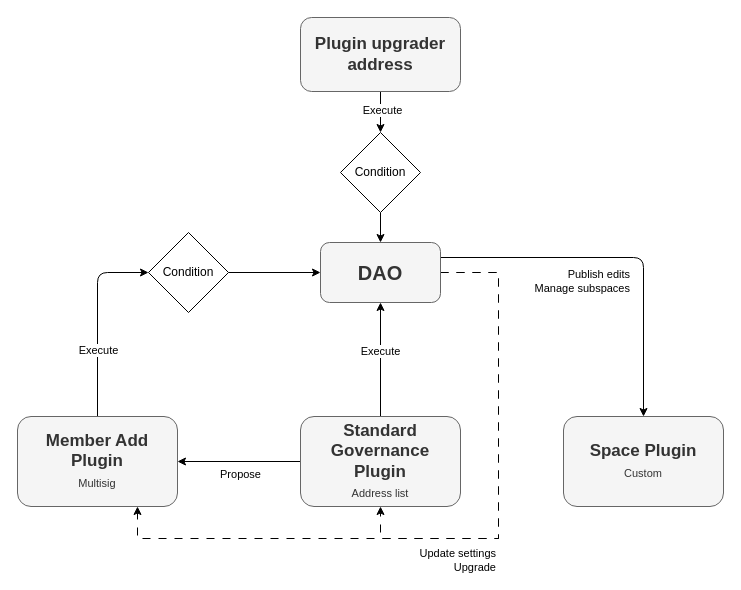
Earlier version of the draw.io diagram page "Permissions Std" (1 of 9) of img/Geo Diagrams.drawio (aragon/geo-browser-contracts). Source tidied: cells renumbered, new cells numbered last; positions are measured from the earlier drawing's top-left corner, leaving out a move shared by most shapes. Both pictures are drawn from the tidied source at 100%, with x=0, y=0 at pixel (17, 17).
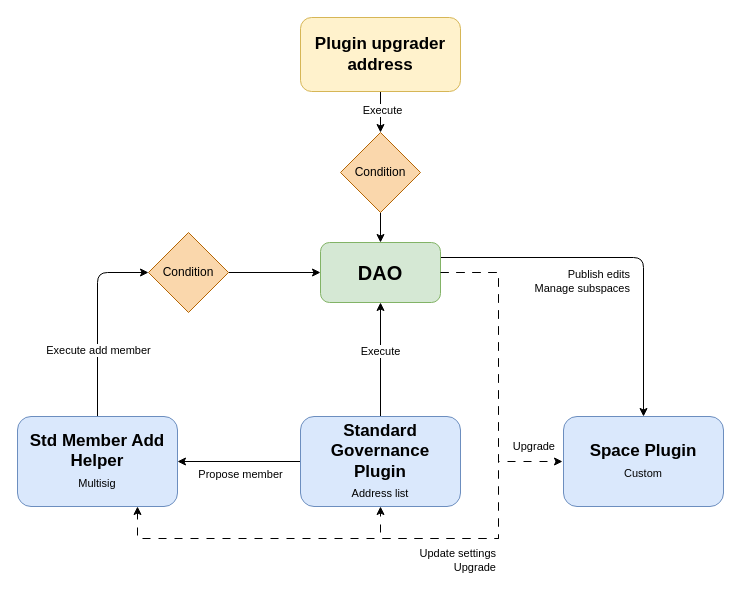
The same diagram, later.

The change refers to these unchanged cells:
```xml
<mxCell id="7" style="edgeStyle=orthogonalEdgeStyle;rounded=0;jettySize=auto;html=1;exitX=0.5;exitY=0;exitDx=0;exitDy=0;entryX=0.5;entryY=1;entryDx=0;entryDy=0;" parent="1" edge="1" source="12" target="6">
  <mxGeometry relative="1" as="geometry" />
</mxCell>
<mxCell id="10" style="edgeStyle=orthogonalEdgeStyle;rounded=0;jettySize=auto;html=1;entryX=1;entryY=0.5;entryDx=0;entryDy=0;" parent="1" edge="1" source="12" target="15">
  <mxGeometry relative="1" as="geometry" />
</mxCell>
<mxCell id="13" style="edgeStyle=orthogonalEdgeStyle;rounded=1;jettySize=auto;html=1;entryX=0;entryY=0.5;entryDx=0;entryDy=0;curved=0;" parent="1" edge="1" source="15" target="17">
  <mxGeometry relative="1" as="geometry" />
</mxCell>
```

Diff of the diagram source:
```diff
@@
-    <mxCell id="6" value="&lt;font style=&quot;font-size: 20px;&quot;&gt;&lt;b&gt;DAO&lt;/b&gt;&lt;/font&gt;" style="rounded=1;whiteSpace=wrap;html=1;fillColor=#f5f5f5;fontColor=#333333;strokeColor=#666666;" parent="1" vertex="1">
+    <mxCell id="6" value="&lt;font style=&quot;font-size: 20px;&quot;&gt;&lt;b&gt;DAO&lt;/b&gt;&lt;/font&gt;" style="rounded=1;whiteSpace=wrap;html=1;fillColor=#d5e8d4;strokeColor=#82b366;" parent="1" vertex="1">
       <mxGeometry x="303" y="225" width="120" height="60" as="geometry" />
     </mxCell>
@@
+    <mxCell id="24" value="&lt;div&gt;Upgrade&lt;/div&gt;" style="edgeLabel;html=1;align=right;verticalAlign=middle;" parent="7" vertex="1">
+      <mxGeometry x="-0.26" y="-1" relative="1" as="geometry">
+        <mxPoint x="174" y="71" as="offset" />
+      </mxGeometry>
+    </mxCell>
@@
-    <mxCell id="11" value="Propose" style="edgeLabel;html=1;align=center;verticalAlign=middle;" parent="10" vertex="1">
+    <mxCell id="11" value="Propose member" style="edgeLabel;html=1;align=center;verticalAlign=middle;" parent="10" vertex="1">
       <mxGeometry x="0.22" y="1" relative="1" as="geometry">
         <mxPoint x="14" y="11" as="offset" />
       </mxGeometry>
     </mxCell>
-    <mxCell id="12" value="&lt;font size=&quot;1&quot; style=&quot;&quot;&gt;&lt;b style=&quot;font-size: 17px;&quot;&gt;Standard Governance&lt;br&gt;Plugin&lt;/b&gt;&lt;/font&gt;&lt;font style=&quot;font-size: 11px;&quot;&gt;&lt;br&gt;Address list&lt;/font&gt;&lt;font size=&quot;1&quot; style=&quot;&quot;&gt;&lt;b style=&quot;font-size: 17px;&quot;&gt;&lt;br&gt;&lt;/b&gt;&lt;/font&gt;" style="rounded=1;whiteSpace=wrap;html=1;fillColor=#f5f5f5;fontColor=#333333;strokeColor=#666666;" parent="1" vertex="1">
+    <mxCell id="12" value="&lt;font size=&quot;1&quot; style=&quot;&quot;&gt;&lt;b style=&quot;font-size: 17px;&quot;&gt;Standard Governance&lt;br&gt;Plugin&lt;/b&gt;&lt;/font&gt;&lt;font style=&quot;font-size: 11px;&quot;&gt;&lt;br&gt;Address list&lt;/font&gt;&lt;font size=&quot;1&quot; style=&quot;&quot;&gt;&lt;b style=&quot;font-size: 17px;&quot;&gt;&lt;br&gt;&lt;/b&gt;&lt;/font&gt;" style="rounded=1;whiteSpace=wrap;html=1;fillColor=#dae8fc;strokeColor=#6c8ebf;" parent="1" vertex="1">
       <mxGeometry x="283" y="399" width="160" height="90" as="geometry" />
     </mxCell>
@@
-    <mxCell id="14" value="Execute" style="edgeLabel;html=1;align=center;verticalAlign=middle;" parent="13" vertex="1">
+    <mxCell id="14" value="Execute add member" style="edgeLabel;html=1;align=center;verticalAlign=middle;" parent="13" vertex="1">
       <mxGeometry x="-0.31" relative="1" as="geometry" />
     </mxCell>
-    <mxCell id="15" value="&lt;font size=&quot;1&quot;&gt;&lt;b style=&quot;font-size: 17px;&quot;&gt;Member Add&lt;br&gt;Plugin&lt;/b&gt;&lt;/font&gt;&lt;font style=&quot;font-size: 11px;&quot;&gt;&lt;br&gt;Multisig&lt;/font&gt;&lt;font size=&quot;1&quot; style=&quot;&quot;&gt;&lt;b style=&quot;font-size: 17px;&quot;&gt;&lt;br&gt;&lt;/b&gt;&lt;/font&gt;" style="rounded=1;whiteSpace=wrap;html=1;fillColor=#f5f5f5;fontColor=#333333;strokeColor=#666666;" parent="1" vertex="1">
+    <mxCell id="15" value="&lt;font size=&quot;1&quot;&gt;&lt;b style=&quot;font-size: 17px;&quot;&gt;Std Member Add&lt;br&gt;Helper&lt;/b&gt;&lt;/font&gt;&lt;font style=&quot;font-size: 11px;&quot;&gt;&lt;br&gt;Multisig&lt;/font&gt;&lt;font size=&quot;1&quot; style=&quot;&quot;&gt;&lt;b style=&quot;font-size: 17px;&quot;&gt;&lt;br&gt;&lt;/b&gt;&lt;/font&gt;" style="rounded=1;whiteSpace=wrap;html=1;fillColor=#dae8fc;strokeColor=#6c8ebf;" parent="1" vertex="1">
       <mxGeometry y="399" width="160" height="90" as="geometry" />
     </mxCell>
@@
-    <mxCell id="17" value="Condition" style="rhombus;whiteSpace=wrap;html=1;" parent="1" vertex="1">
+    <mxCell id="17" value="Condition" style="rhombus;whiteSpace=wrap;html=1;fillColor=#fad7ac;strokeColor=#b46504;" parent="1" vertex="1">
       <mxGeometry x="131" y="215" width="80" height="80" as="geometry" />
     </mxCell>
-    <mxCell id="18" value="&lt;font size=&quot;1&quot; style=&quot;&quot;&gt;&lt;b style=&quot;font-size: 17px;&quot;&gt;Space Plugin&lt;/b&gt;&lt;/font&gt;&lt;br style=&quot;font-size: 11px;&quot;&gt;&lt;span style=&quot;font-size: 11px;&quot;&gt;Custom&lt;/span&gt;&lt;font size=&quot;1&quot; style=&quot;&quot;&gt;&lt;b style=&quot;font-size: 17px;&quot;&gt;&lt;br&gt;&lt;/b&gt;&lt;/font&gt;" style="rounded=1;whiteSpace=wrap;html=1;fillColor=#f5f5f5;fontColor=#333333;strokeColor=#666666;" parent="1" vertex="1">
+    <mxCell id="18" value="&lt;font size=&quot;1&quot; style=&quot;&quot;&gt;&lt;b style=&quot;font-size: 17px;&quot;&gt;Space Plugin&lt;/b&gt;&lt;/font&gt;&lt;br style=&quot;font-size: 11px;&quot;&gt;&lt;span style=&quot;font-size: 11px;&quot;&gt;Custom&lt;/span&gt;&lt;font size=&quot;1&quot; style=&quot;&quot;&gt;&lt;b style=&quot;font-size: 17px;&quot;&gt;&lt;br&gt;&lt;/b&gt;&lt;/font&gt;" style="rounded=1;whiteSpace=wrap;html=1;fillColor=#dae8fc;strokeColor=#6c8ebf;" parent="1" vertex="1">
       <mxGeometry x="546" y="399" width="160" height="90" as="geometry" />
     </mxCell>
@@
-    <mxCell id="21" value="&lt;font size=&quot;1&quot; style=&quot;&quot;&gt;&lt;b style=&quot;font-size: 17px;&quot;&gt;Plugin upgrader&lt;br&gt;address&lt;br&gt;&lt;/b&gt;&lt;/font&gt;" style="rounded=1;whiteSpace=wrap;html=1;fillColor=#f5f5f5;fontColor=#333333;strokeColor=#666666;" parent="1" vertex="1">
+    <mxCell id="21" value="&lt;font size=&quot;1&quot; style=&quot;&quot;&gt;&lt;b style=&quot;font-size: 17px;&quot;&gt;Plugin upgrader&lt;br&gt;address&lt;br&gt;&lt;/b&gt;&lt;/font&gt;" style="rounded=1;whiteSpace=wrap;html=1;fillColor=#fff2cc;strokeColor=#d6b656;" parent="1" vertex="1">
       <mxGeometry x="283" width="160" height="74" as="geometry" />
     </mxCell>
@@
-    <mxCell id="23" value="Condition" style="rhombus;whiteSpace=wrap;html=1;" parent="1" vertex="1">
+    <mxCell id="23" value="Condition" style="rhombus;whiteSpace=wrap;html=1;fillColor=#fad7ac;strokeColor=#b46504;" parent="1" vertex="1">
       <mxGeometry x="323" y="115" width="80" height="80" as="geometry" />
     </mxCell>
+    <mxCell id="25" style="edgeStyle=orthogonalEdgeStyle;rounded=0;orthogonalLoop=1;jettySize=auto;html=1;entryX=0;entryY=0.5;entryDx=0;entryDy=0;dashed=1;dashPattern=8 8;" parent="1" edge="1">
+      <mxGeometry relative="1" as="geometry">
+        <mxPoint x="423" y="255" as="sourcePoint" />
+        <mxPoint x="545" y="444" as="targetPoint" />
+        <Array as="points">
+          <mxPoint x="481" y="255" />
+          <mxPoint x="481" y="444" />
+        </Array>
+      </mxGeometry>
+    </mxCell>
```
